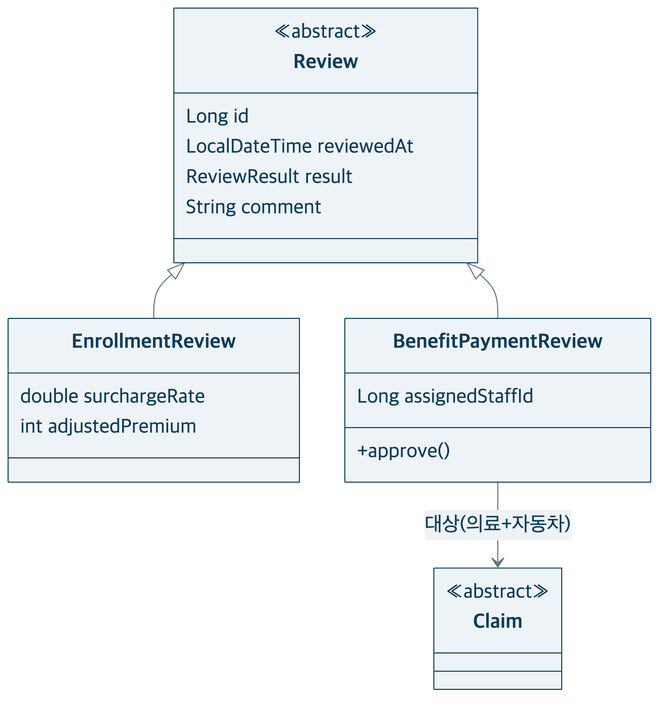
Before: docs/presentation/diagrams/clusters/review-code.png, a diagram exported from Mermaid (heyoonyoon/distributed-programming). Its source is kept beside it as docs/presentation/diagrams/clusters/review-code.mmd.
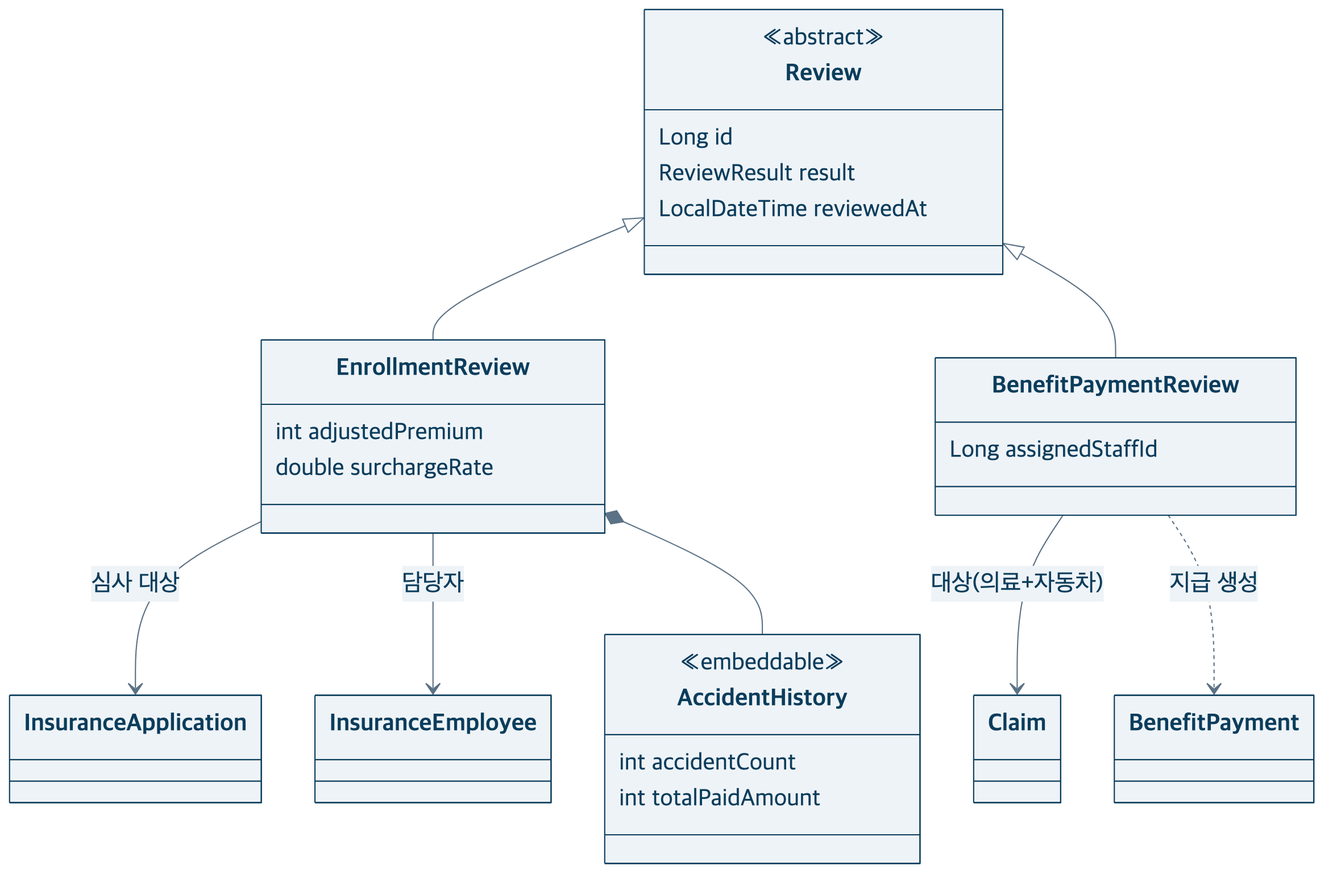
The same diagram one commit later.

What changed in the source:
```diff
@@ -3,21 +3,29 @@
 class Review {
   <<abstract>>
   Long id
+  ReviewResult result
   LocalDateTime reviewedAt
-  ReviewResult result
-  String comment
 }
 class EnrollmentReview {
+  int adjustedPremium
   double surchargeRate
-  int adjustedPremium
 }
 class BenefitPaymentReview {
   Long assignedStaffId
-  +approve()
 }
-class Claim {
-  <<abstract>>
+class InsuranceApplication
+class InsuranceEmployee
+class Claim
+class BenefitPayment
+class AccidentHistory {
+  <<embeddable>>
+  int accidentCount
+  int totalPaidAmount
 }
 Review <|-- EnrollmentReview
 Review <|-- BenefitPaymentReview
+EnrollmentReview --> InsuranceApplication : 심사 대상
+EnrollmentReview --> InsuranceEmployee : 담당자
+EnrollmentReview *-- AccidentHistory
 BenefitPaymentReview --> Claim : 대상(의료+자동차)
+BenefitPaymentReview ..> BenefitPayment : 지급 생성
```
